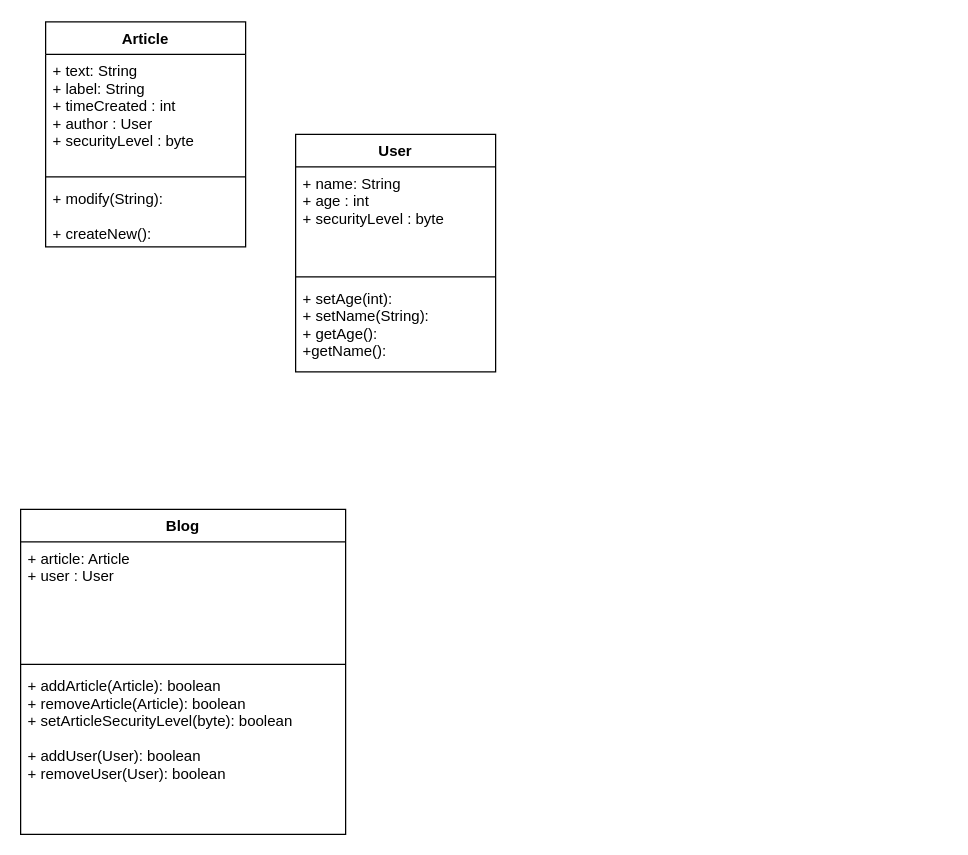
This is page "Class" (4 of 4) of Blog diagramm.drawio from bazilmatt/AllHomeworks, a draw.io file, before an edit. Source tidied: cells renumbered, new cells numbered last; positions are measured from the earlier drawing's top-left corner, leaving out a move shared by most shapes. Both pictures are drawn from the tidied source at 125%, with x=0, y=0 at pixel (20, 21).
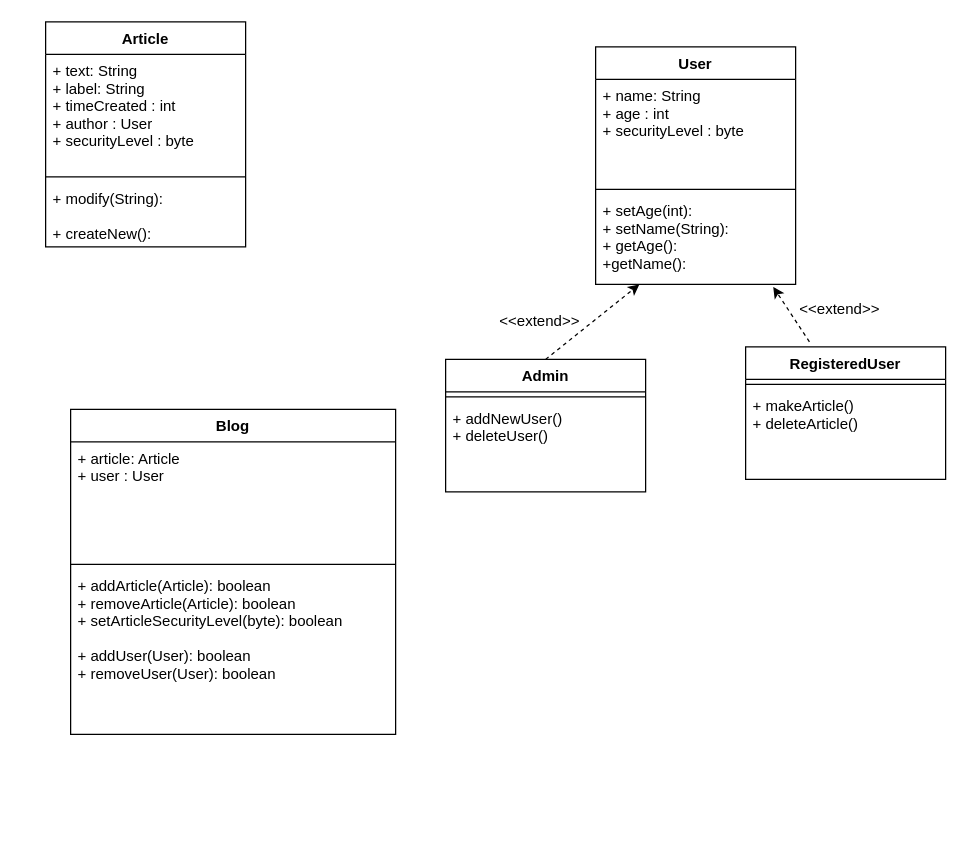
The same page after the edit.

Unchanged cells that the change refers to:
```xml
<mxCell id="13" value="+ setAge(int): &#10;+ setName(String):&#10;+ getAge():&#10;+getName():&#10;" style="text;strokeColor=none;fillColor=none;align=left;verticalAlign=top;spacingLeft=4;spacingRight=4;overflow=hidden;points=[[0,0.5],[1,0.5]];portConstraint=eastwest;" parent="10" vertex="1">
  <mxGeometry y="118" width="160" height="72" as="geometry" />
</mxCell>
```

Diff of the diagram source:
```diff
@@
-    <mxCell id="2" value="Blog" style="swimlane;fontStyle=1;align=center;verticalAlign=top;horizontal=1;startSize=26;" parent="1" vertex="1">
-      <mxGeometry y="390" width="260" height="260" as="geometry" />
-    </mxCell>
-    <mxCell id="3" value="+ article: Article&#10;+ user : User&#10;&#10; &#10;&#10;&#10;" style="text;strokeColor=none;fillColor=none;align=left;verticalAlign=top;spacingLeft=4;spacingRight=4;overflow=hidden;" parent="2" vertex="1">
-      <mxGeometry y="26" width="260" height="94" as="geometry" />
-    </mxCell>
-    <mxCell id="4" style="line;strokeWidth=1;fillColor=none;align=left;verticalAlign=middle;spacingTop=-1;spacingLeft=3;spacingRight=3;labelPosition=right;" parent="2" vertex="1">
-      <mxGeometry y="120" width="260" height="8" as="geometry" />
-    </mxCell>
-    <mxCell id="5" value="+ addArticle(Article): boolean&#10;+ removeArticle(Article): boolean&#10;+ setArticleSecurityLevel(byte): boolean&#10;&#10;+ addUser(User): boolean&#10;+ removeUser(User): boolean" style="text;strokeColor=none;fillColor=none;align=left;verticalAlign=top;spacingLeft=4;spacingRight=4;overflow=hidden;" parent="2" vertex="1">
-      <mxGeometry y="128" width="260" height="132" as="geometry" />
-    </mxCell>
@@
     <mxCell id="10" value="User" style="swimlane;fontStyle=1;align=center;verticalAlign=top;horizontal=1;startSize=26;" parent="1" vertex="1">
-      <mxGeometry x="220" y="90" width="160" height="190" as="geometry" />
+      <mxGeometry x="460" y="20" width="160" height="190" as="geometry" />
     </mxCell>
@@
+    <mxCell id="14" value="RegisteredUser" style="swimlane;fontStyle=1;align=center;verticalAlign=top;horizontal=1;startSize=26;" parent="1" vertex="1">
+      <mxGeometry x="580" y="260" width="160" height="106" as="geometry" />
+    </mxCell>
+    <mxCell id="15" style="line;strokeWidth=1;fillColor=none;align=left;verticalAlign=middle;spacingTop=-1;spacingLeft=3;spacingRight=3;labelPosition=right;" parent="14" vertex="1">
+      <mxGeometry y="26" width="160" height="8" as="geometry" />
+    </mxCell>
+    <mxCell id="16" value="+ makeArticle()&#10;+ deleteArticle()&#10;" style="text;strokeColor=none;fillColor=none;align=left;verticalAlign=top;spacingLeft=4;spacingRight=4;overflow=hidden;" parent="14" vertex="1">
+      <mxGeometry y="34" width="160" height="72" as="geometry" />
+    </mxCell>
+    <mxCell id="17" value="Admin" style="swimlane;fontStyle=1;align=center;verticalAlign=top;horizontal=1;startSize=26;" parent="1" vertex="1">
+      <mxGeometry x="340" y="270" width="160" height="106" as="geometry" />
+    </mxCell>
+    <mxCell id="18" style="line;strokeWidth=1;fillColor=none;align=left;verticalAlign=middle;spacingTop=-1;spacingLeft=3;spacingRight=3;labelPosition=right;" parent="17" vertex="1">
+      <mxGeometry y="26" width="160" height="8" as="geometry" />
+    </mxCell>
+    <mxCell id="19" value="+ addNewUser()&#10;+ deleteUser()&#10;&#10;" style="text;strokeColor=none;fillColor=none;align=left;verticalAlign=top;spacingLeft=4;spacingRight=4;overflow=hidden;" parent="17" vertex="1">
+      <mxGeometry y="34" width="160" height="72" as="geometry" />
+    </mxCell>
+    <mxCell id="20" style="endArrow=classic;dashed=1;html=1;endFill=1;" parent="1" edge="1" target="13">
+      <mxGeometry relative="1" as="geometry">
+        <mxPoint x="420" y="270" as="sourcePoint" />
+      </mxGeometry>
+    </mxCell>
+    <mxCell id="21" value="&amp;lt;&amp;lt;extend&amp;gt;&amp;gt;" style="text;html=1;align=center;verticalAlign=middle;" parent="1" vertex="1">
+      <mxGeometry x="375" y="230" width="80" height="20" as="geometry" />
+    </mxCell>
+    <mxCell id="22" style="endArrow=classic;dashed=1;html=1;endFill=1;exitX=0.319;exitY=-0.038;exitDx=0;exitDy=0;exitPerimeter=0;entryX=0.888;entryY=1.028;entryDx=0;entryDy=0;entryPerimeter=0;" parent="1" edge="1" source="14" target="13">
+      <mxGeometry relative="1" as="geometry" />
+    </mxCell>
+    <mxCell id="23" value="&lt;div&gt;&amp;lt;&amp;lt;extend&amp;gt;&amp;gt;&lt;/div&gt;" style="text;html=1;align=center;verticalAlign=middle;" parent="1" vertex="1">
+      <mxGeometry x="615" y="220" width="80" height="20" as="geometry" />
+    </mxCell>
+    <mxCell id="2" value="Blog" style="swimlane;fontStyle=1;align=center;verticalAlign=top;horizontal=1;startSize=26;" parent="1" vertex="1">
+      <mxGeometry x="40" y="310" width="260" height="260" as="geometry" />
+    </mxCell>
+    <mxCell id="3" value="+ article: Article&#10;+ user : User&#10;&#10; &#10;&#10;&#10;" style="text;strokeColor=none;fillColor=none;align=left;verticalAlign=top;spacingLeft=4;spacingRight=4;overflow=hidden;" parent="2" vertex="1">
+      <mxGeometry y="26" width="260" height="94" as="geometry" />
+    </mxCell>
+    <mxCell id="4" style="line;strokeWidth=1;fillColor=none;align=left;verticalAlign=middle;spacingTop=-1;spacingLeft=3;spacingRight=3;labelPosition=right;" parent="2" vertex="1">
+      <mxGeometry y="120" width="260" height="8" as="geometry" />
+    </mxCell>
+    <mxCell id="5" value="+ addArticle(Article): boolean&#10;+ removeArticle(Article): boolean&#10;+ setArticleSecurityLevel(byte): boolean&#10;&#10;+ addUser(User): boolean&#10;+ removeUser(User): boolean" style="text;strokeColor=none;fillColor=none;align=left;verticalAlign=top;spacingLeft=4;spacingRight=4;overflow=hidden;" parent="2" vertex="1">
+      <mxGeometry y="128" width="260" height="132" as="geometry" />
+    </mxCell>
```
